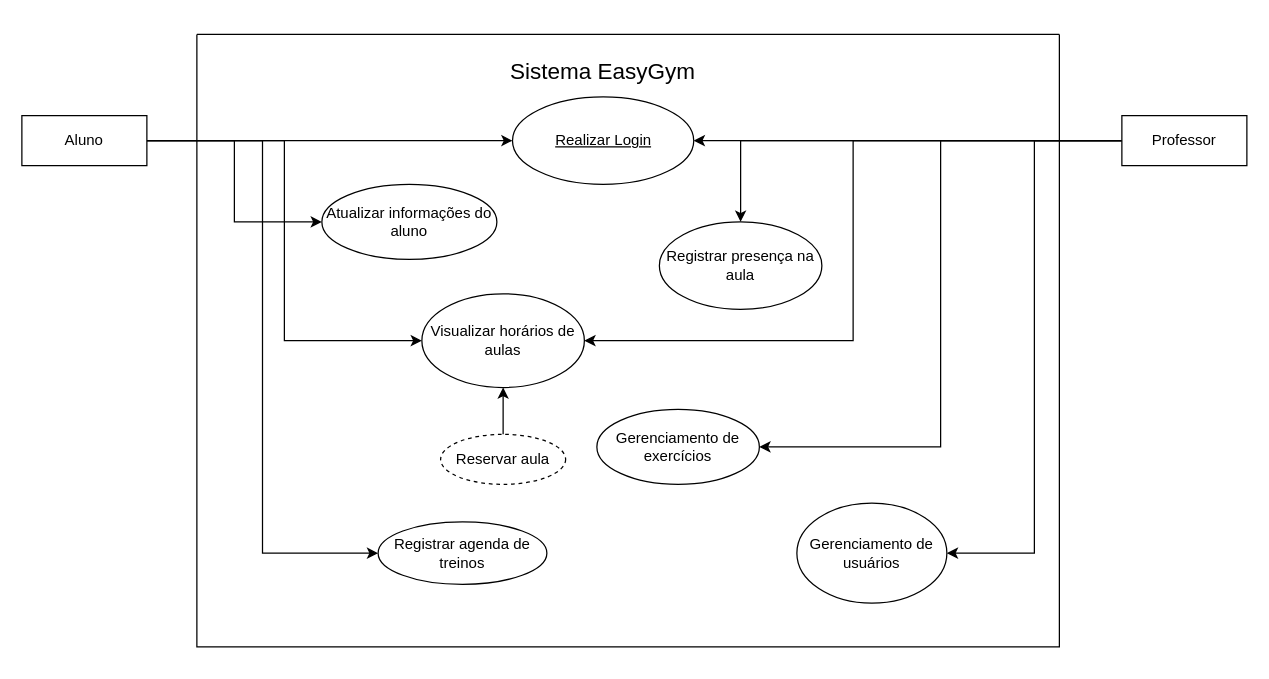
joanex01/ProjetoMPS keeps this draw.io diagram as Diagrama de casos de uso.drawio. Above is the earlier version. Source tidied: cells renumbered, new cells numbered last; positions are measured from the earlier drawing's top-left corner, leaving out a move shared by most shapes. Both pictures are drawn from the tidied source at 125%, with x=0, y=0 at pixel (21, 21).
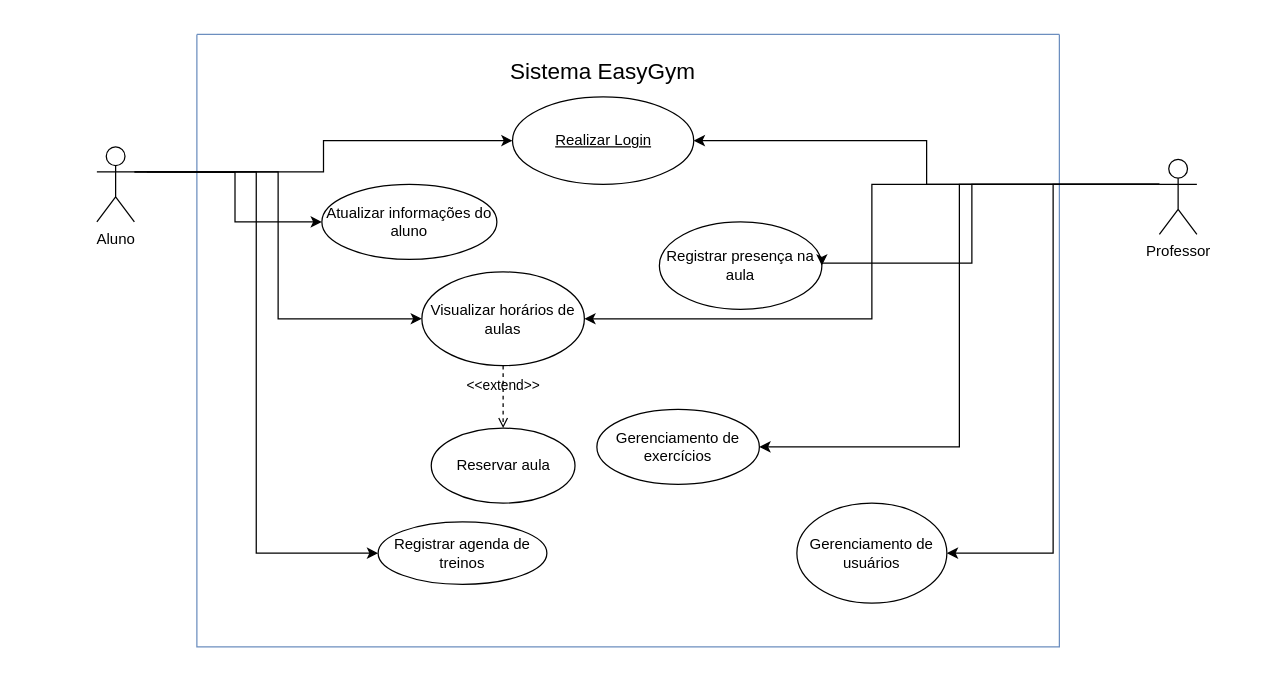
Above is the later version.

Unchanged cells that the change refers to:
```xml
<mxCell id="4" value="Realizar Login" style="ellipse;whiteSpace=wrap;html=1;align=center;fontStyle=4;" parent="2" vertex="1">
  <mxGeometry x="252.5" y="50" width="145" height="70" as="geometry" />
</mxCell>
<mxCell id="5" value="Atualizar informações do aluno" style="ellipse;whiteSpace=wrap;html=1;align=center;" parent="2" vertex="1">
  <mxGeometry x="100" y="120" width="140" height="60" as="geometry" />
</mxCell>
<mxCell id="9" value="Registrar presença na aula" style="ellipse;whiteSpace=wrap;html=1;align=center;" parent="2" vertex="1">
  <mxGeometry x="370" y="150" width="130" height="70" as="geometry" />
</mxCell>
<mxCell id="10" value="Registrar agenda de treinos" style="ellipse;whiteSpace=wrap;html=1;align=center;" parent="2" vertex="1">
  <mxGeometry x="145" y="390" width="135" height="50" as="geometry" />
</mxCell>
<mxCell id="11" value="Gerenciamento de exercícios" style="ellipse;whiteSpace=wrap;html=1;align=center;" parent="2" vertex="1">
  <mxGeometry x="320" y="300" width="130" height="60" as="geometry" />
</mxCell>
<mxCell id="12" value="Gerenciamento de usuários" style="ellipse;whiteSpace=wrap;html=1;" parent="2" vertex="1">
  <mxGeometry x="480" y="375" width="120" height="80" as="geometry" />
</mxCell>
```

The edit, as a diff of the source:
```diff
@@
-    <mxCell id="2" style="swimlane;startSize=0;" parent="1" vertex="1">
+    <mxCell id="2" style="swimlane;startSize=0;fillColor=#dae8fc;strokeColor=#6c8ebf;" parent="1" vertex="1">
       <mxGeometry x="140" y="10" width="690" height="490" as="geometry" />
     </mxCell>
@@
     <mxCell id="6" value="Visualizar horários de aulas" style="ellipse;whiteSpace=wrap;html=1;align=center;" parent="2" vertex="1">
-      <mxGeometry x="180" y="207.5" width="130" height="75" as="geometry" />
+      <mxGeometry x="180" y="190" width="130" height="75" as="geometry" />
     </mxCell>
-    <mxCell id="7" style="edgeStyle=orthogonalEdgeStyle;rounded=0;jettySize=auto;html=1;entryX=0.5;entryY=1;entryDx=0;entryDy=0;" parent="2" edge="1" source="8" target="6">
-      <mxGeometry relative="1" as="geometry" />
-    </mxCell>
-    <mxCell id="8" value="Reservar aula" style="ellipse;whiteSpace=wrap;html=1;align=center;dashed=1;" parent="2" vertex="1">
-      <mxGeometry x="195" y="320" width="100" height="40" as="geometry" />
-    </mxCell>
@@
+    <mxCell id="8" value="Reservar aula" style="ellipse;whiteSpace=wrap;html=1;" parent="2" vertex="1">
+      <mxGeometry x="187.5" y="315" width="115" height="60" as="geometry" />
+    </mxCell>
+    <mxCell id="25" value="&amp;lt;&amp;lt;extend&amp;gt;&amp;gt;" style="html=1;verticalAlign=bottom;labelBackgroundColor=none;endArrow=open;endFill=0;dashed=1;rounded=0;exitX=0.5;exitY=1;exitDx=0;exitDy=0;entryX=0.5;entryY=0;entryDx=0;entryDy=0;" parent="2" edge="1" source="6" target="8">
+      <mxGeometry relative="1" as="geometry" />
+    </mxCell>
-    <mxCell id="13" style="edgeStyle=orthogonalEdgeStyle;rounded=0;jettySize=auto;html=1;entryX=0;entryY=0.5;entryDx=0;entryDy=0;" parent="1" edge="1" source="17" target="4">
+    <mxCell id="13" style="edgeStyle=orthogonalEdgeStyle;rounded=0;jettySize=auto;html=1;entryX=0;entryY=0.5;entryDx=0;entryDy=0;exitX=1;exitY=0.3333333333333333;exitDx=0;exitDy=0;exitPerimeter=0;" parent="1" edge="1" source="17" target="4">
       <mxGeometry relative="1" as="geometry" />
     </mxCell>
-    <mxCell id="14" style="edgeStyle=orthogonalEdgeStyle;rounded=0;jettySize=auto;html=1;entryX=0;entryY=0.5;entryDx=0;entryDy=0;" parent="1" edge="1" source="17" target="5">
-      <mxGeometry relative="1" as="geometry" />
+    <mxCell id="14" style="edgeStyle=orthogonalEdgeStyle;rounded=0;jettySize=auto;html=1;entryX=0;entryY=0.5;entryDx=0;entryDy=0;" parent="1" edge="1" target="5">
+      <mxGeometry relative="1" as="geometry">
+        <mxPoint x="100" y="120" as="sourcePoint" />
+      </mxGeometry>
     </mxCell>
-    <mxCell id="15" style="edgeStyle=orthogonalEdgeStyle;rounded=0;jettySize=auto;html=1;entryX=0;entryY=0.5;entryDx=0;entryDy=0;" parent="1" edge="1" source="17" target="6">
+    <mxCell id="15" style="edgeStyle=orthogonalEdgeStyle;rounded=0;jettySize=auto;html=1;entryX=0;entryY=0.5;entryDx=0;entryDy=0;exitX=1;exitY=0.3333333333333333;exitDx=0;exitDy=0;exitPerimeter=0;" parent="1" edge="1" source="17" target="6">
       <mxGeometry relative="1" as="geometry" />
     </mxCell>
-    <mxCell id="16" style="edgeStyle=orthogonalEdgeStyle;rounded=0;jettySize=auto;html=1;entryX=0;entryY=0.5;entryDx=0;entryDy=0;" parent="1" edge="1" source="17" target="10">
-      <mxGeometry relative="1" as="geometry" />
-    </mxCell>
-    <mxCell id="17" value="Aluno" style="whiteSpace=wrap;html=1;align=center;" parent="1" vertex="1">
-      <mxGeometry y="75" width="100" height="40" as="geometry" />
-    </mxCell>
-    <mxCell id="18" style="edgeStyle=orthogonalEdgeStyle;rounded=0;jettySize=auto;html=1;entryX=1;entryY=0.5;entryDx=0;entryDy=0;" parent="1" edge="1" source="23" target="6">
+    <mxCell id="18" style="edgeStyle=orthogonalEdgeStyle;rounded=0;jettySize=auto;html=1;entryX=1;entryY=0.5;entryDx=0;entryDy=0;exitX=0;exitY=0.3333333333333333;exitDx=0;exitDy=0;exitPerimeter=0;" parent="1" edge="1" source="23" target="6">
       <mxGeometry relative="1" as="geometry" />
     </mxCell>
-    <mxCell id="19" style="edgeStyle=orthogonalEdgeStyle;rounded=0;jettySize=auto;html=1;" parent="1" edge="1" source="23" target="9">
-      <mxGeometry relative="1" as="geometry" />
+    <mxCell id="19" style="edgeStyle=orthogonalEdgeStyle;rounded=0;jettySize=auto;html=1;exitX=0;exitY=0.3333333333333333;exitDx=0;exitDy=0;exitPerimeter=0;entryX=1;entryY=0.5;entryDx=0;entryDy=0;" parent="1" edge="1" source="23" target="9">
+      <mxGeometry relative="1" as="geometry">
+        <Array as="points">
+          <mxPoint x="760" y="130" />
+          <mxPoint x="760" y="193" />
+          <mxPoint x="640" y="193" />
+        </Array>
+      </mxGeometry>
     </mxCell>
-    <mxCell id="20" style="edgeStyle=orthogonalEdgeStyle;rounded=0;jettySize=auto;html=1;" parent="1" edge="1" source="23" target="4">
+    <mxCell id="20" style="edgeStyle=orthogonalEdgeStyle;rounded=0;jettySize=auto;html=1;exitX=0;exitY=0.3333333333333333;exitDx=0;exitDy=0;exitPerimeter=0;" parent="1" edge="1" source="23" target="4">
       <mxGeometry relative="1" as="geometry" />
     </mxCell>
-    <mxCell id="21" style="edgeStyle=orthogonalEdgeStyle;rounded=0;jettySize=auto;html=1;entryX=1;entryY=0.5;entryDx=0;entryDy=0;" parent="1" edge="1" source="23" target="11">
+    <mxCell id="21" style="edgeStyle=orthogonalEdgeStyle;rounded=0;jettySize=auto;html=1;entryX=1;entryY=0.5;entryDx=0;entryDy=0;exitX=0;exitY=0.3333333333333333;exitDx=0;exitDy=0;exitPerimeter=0;" parent="1" edge="1" source="23" target="11">
       <mxGeometry relative="1" as="geometry" />
     </mxCell>
-    <mxCell id="22" style="edgeStyle=orthogonalEdgeStyle;rounded=0;jettySize=auto;html=1;entryX=1;entryY=0.5;entryDx=0;entryDy=0;" parent="1" edge="1" source="23" target="12">
+    <mxCell id="22" style="edgeStyle=orthogonalEdgeStyle;rounded=0;jettySize=auto;html=1;entryX=1;entryY=0.5;entryDx=0;entryDy=0;exitX=0;exitY=0.3333333333333333;exitDx=0;exitDy=0;exitPerimeter=0;" parent="1" edge="1" source="23" target="12">
       <mxGeometry relative="1" as="geometry" />
     </mxCell>
+    <mxCell id="24" style="edgeStyle=orthogonalEdgeStyle;rounded=0;orthogonalLoop=1;jettySize=auto;html=1;exitX=0.5;exitY=1;exitDx=0;exitDy=0;" parent="1" edge="1" source="2" target="2">
+      <mxGeometry relative="1" as="geometry" />
+    </mxCell>
+    <mxCell id="16" style="edgeStyle=orthogonalEdgeStyle;rounded=0;jettySize=auto;html=1;exitX=1;exitY=0.3333333333333333;exitDx=0;exitDy=0;exitPerimeter=0;entryX=0;entryY=0.5;entryDx=0;entryDy=0;" parent="1" edge="1" source="17" target="10">
+      <mxGeometry relative="1" as="geometry" />
+    </mxCell>
+    <mxCell id="17" value="Aluno" style="shape=umlActor;verticalLabelPosition=bottom;verticalAlign=top;html=1;outlineConnect=0;" parent="1" vertex="1">
+      <mxGeometry x="60" y="100" width="30" height="60" as="geometry" />
+    </mxCell>
-    <mxCell id="23" value="Professor" style="whiteSpace=wrap;html=1;align=center;" parent="1" vertex="1">
-      <mxGeometry x="880" y="75" width="100" height="40" as="geometry" />
+    <mxCell id="23" value="Professor" style="shape=umlActor;verticalLabelPosition=bottom;verticalAlign=top;html=1;outlineConnect=0;" parent="1" vertex="1">
+      <mxGeometry x="910" y="110" width="30" height="60" as="geometry" />
     </mxCell>
-    <mxCell id="24" style="edgeStyle=orthogonalEdgeStyle;rounded=0;orthogonalLoop=1;jettySize=auto;html=1;exitX=0.5;exitY=1;exitDx=0;exitDy=0;" parent="1" edge="1" source="2" target="2">
-      <mxGeometry relative="1" as="geometry" />
-    </mxCell>
```
